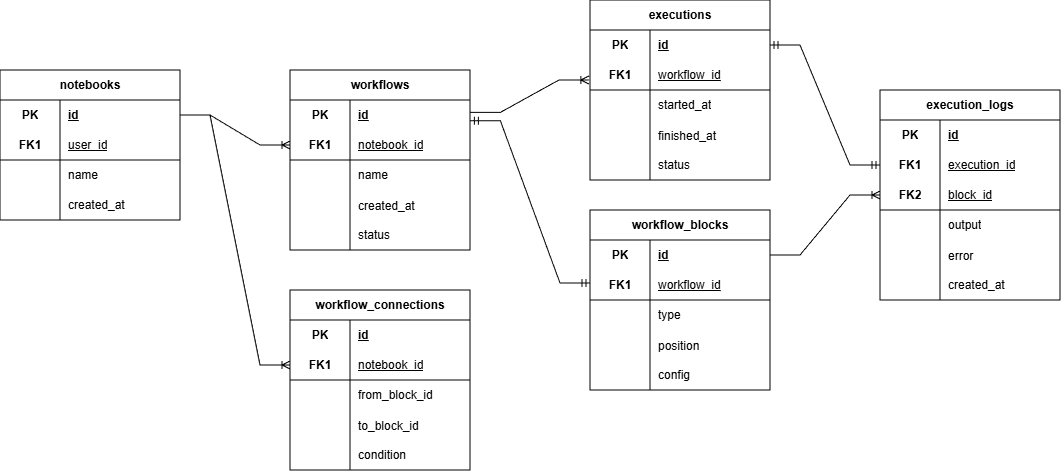
Earlier version of the draw.io export docs/ER-диаграмма_workflow.png (Michail19/FlowAct). Source tidied: cells renumbered, new cells last; positions are measured from the earlier drawing's top-left corner, leaving out a move shared by most shapes.
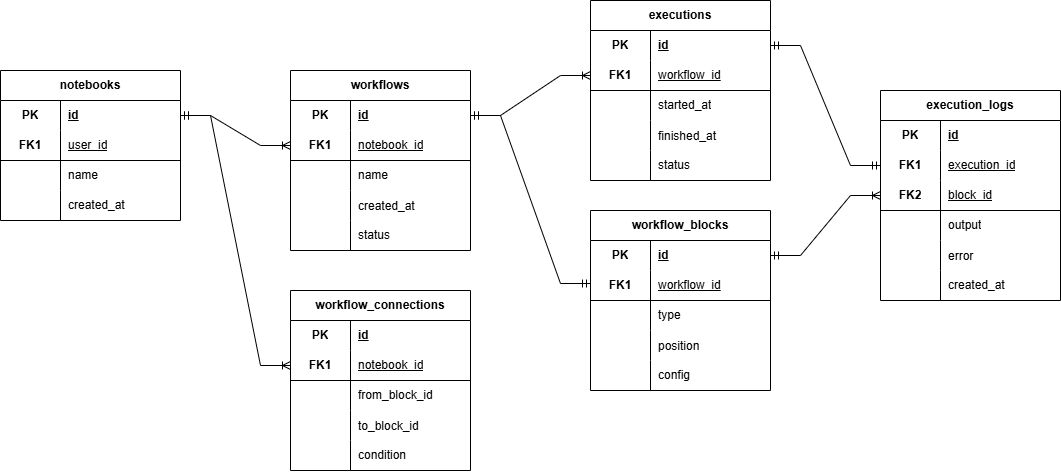
Later version of the same file.

Change to the diagram source:
```diff
@@ -290,26 +290,24 @@
     <mxCell id="97" value="condition" style="shape=partialRectangle;fillColor=none;top=0;left=0;bottom=0;right=0;align=left;spacingLeft=6;overflow=hidden;html=1;whiteSpace=wrap;" parent="95" vertex="1">
       <mxGeometry x="60" width="120" height="30" as="geometry" />
     </mxCell>
+    <mxCell id="101" style="edgeStyle=entityRelationEdgeStyle;fontSize=12;html=1;endArrow=ERmandOne;startArrow=ERmandOne;rounded=0;exitX=1;exitY=0.5;exitDx=0;exitDy=0;entryX=0;entryY=0.5;entryDx=0;entryDy=0;" parent="1" edge="1" source="16">
+      <mxGeometry relative="1" as="geometry">
+        <mxPoint x="590" y="283" as="targetPoint" />
+      </mxGeometry>
+    </mxCell>
+    <mxCell id="102" style="edgeStyle=entityRelationEdgeStyle;fontSize=12;html=1;endArrow=ERmandOne;startArrow=ERmandOne;rounded=0;exitX=1;exitY=0.5;exitDx=0;exitDy=0;entryX=0;entryY=0.5;entryDx=0;entryDy=0;" parent="1" edge="1" source="32" target="51">
+      <mxGeometry relative="1" as="geometry" />
+    </mxCell>
+    <mxCell id="104" style="edgeStyle=entityRelationEdgeStyle;fontSize=12;html=1;endArrow=ERoneToMany;startArrow=ERmandOne;rounded=0;entryX=0;entryY=0.5;entryDx=0;entryDy=0;exitX=1;exitY=0.5;exitDx=0;exitDy=0;" parent="1" edge="1" source="16" target="35">
+      <mxGeometry relative="1" as="geometry" />
+    </mxCell>
-    <mxCell id="98" style="edgeStyle=entityRelationEdgeStyle;fontSize=12;html=1;endArrow=ERoneToMany;rounded=0;exitX=1;exitY=0.5;exitDx=0;exitDy=0;entryX=0;entryY=0.5;entryDx=0;entryDy=0;" parent="1" edge="1" source="3" target="19">
+    <mxCell id="98" style="edgeStyle=entityRelationEdgeStyle;fontSize=12;html=1;endArrow=ERoneToMany;startArrow=ERmandOne;rounded=0;entryX=0;entryY=0.5;entryDx=0;entryDy=0;exitX=1;exitY=0.5;exitDx=0;exitDy=0;" parent="1" edge="1" source="3" target="19">
       <mxGeometry relative="1" as="geometry" />
     </mxCell>
-    <mxCell id="99" style="edgeStyle=entityRelationEdgeStyle;fontSize=12;html=1;endArrow=ERoneToMany;rounded=0;exitX=1;exitY=0.5;exitDx=0;exitDy=0;entryX=0;entryY=0.5;entryDx=0;entryDy=0;" parent="1" edge="1" source="3" target="86">
+    <mxCell id="99" style="edgeStyle=entityRelationEdgeStyle;fontSize=12;html=1;endArrow=ERoneToMany;startArrow=ERmandOne;rounded=0;entryX=0;entryY=0.5;entryDx=0;entryDy=0;exitX=1;exitY=0.5;exitDx=0;exitDy=0;" parent="1" edge="1" source="3" target="86">
       <mxGeometry relative="1" as="geometry" />
     </mxCell>
-    <mxCell id="100" style="edgeStyle=entityRelationEdgeStyle;fontSize=12;html=1;endArrow=ERoneToMany;rounded=0;exitX=1.002;exitY=0.413;exitDx=0;exitDy=0;entryX=0;entryY=0.5;entryDx=0;entryDy=0;exitPerimeter=0;" parent="1" edge="1" source="16">
-      <mxGeometry relative="1" as="geometry">
-        <mxPoint x="588.9" y="80" as="targetPoint" />
-      </mxGeometry>
-    </mxCell>
-    <mxCell id="101" style="edgeStyle=entityRelationEdgeStyle;fontSize=12;html=1;endArrow=ERmandOne;startArrow=ERmandOne;rounded=0;exitX=1.002;exitY=0.691;exitDx=0;exitDy=0;exitPerimeter=0;entryX=0;entryY=0.5;entryDx=0;entryDy=0;" parent="1" edge="1" source="16">
-      <mxGeometry relative="1" as="geometry">
-        <mxPoint x="590" y="283" as="targetPoint" />
-      </mxGeometry>
-    </mxCell>
-    <mxCell id="102" style="edgeStyle=entityRelationEdgeStyle;fontSize=12;html=1;endArrow=ERmandOne;startArrow=ERmandOne;rounded=0;exitX=1;exitY=0.5;exitDx=0;exitDy=0;entryX=0;entryY=0.5;entryDx=0;entryDy=0;" parent="1" edge="1" source="32" target="51">
-      <mxGeometry relative="1" as="geometry" />
-    </mxCell>
-    <mxCell id="103" style="edgeStyle=entityRelationEdgeStyle;fontSize=12;html=1;endArrow=ERoneToMany;rounded=0;exitX=1;exitY=0.5;exitDx=0;exitDy=0;entryX=0;entryY=0.5;entryDx=0;entryDy=0;" parent="1" edge="1" source="67" target="54">
+    <mxCell id="103" style="edgeStyle=entityRelationEdgeStyle;fontSize=12;html=1;endArrow=ERoneToMany;startArrow=ERmandOne;rounded=0;entryX=0;entryY=0.5;entryDx=0;entryDy=0;exitX=1;exitY=0.5;exitDx=0;exitDy=0;" parent="1" edge="1" source="67" target="54">
       <mxGeometry relative="1" as="geometry" />
     </mxCell>
   </root>
```
